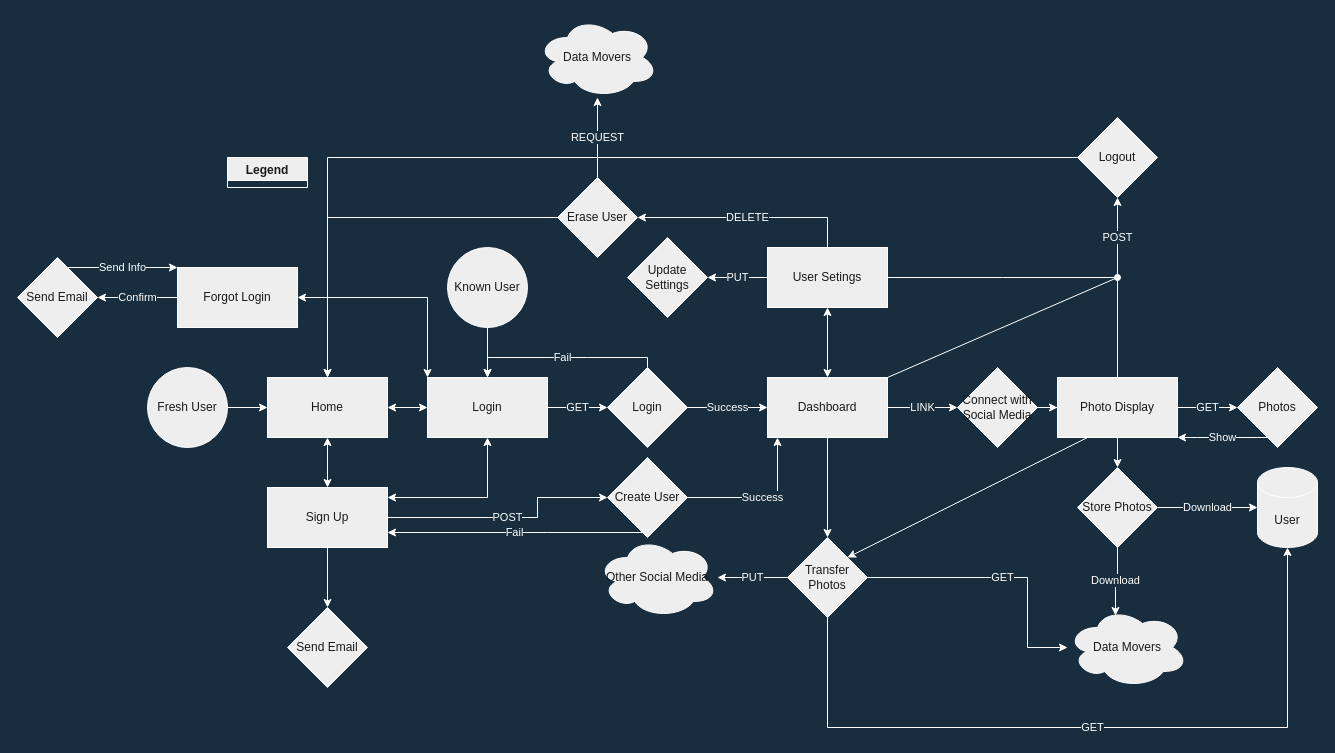
r-d-jorgensen/Data-Movers-Webpage keeps this draw.io diagram as User Data Flow.drawio. Above is the earlier version. Source tidied: cells renumbered, new cells numbered last; positions are measured from the earlier drawing's top-left corner, leaving out a move shared by most shapes. Both pictures are drawn from the tidied source at 100%, with x=0, y=0 at pixel (17, 17).
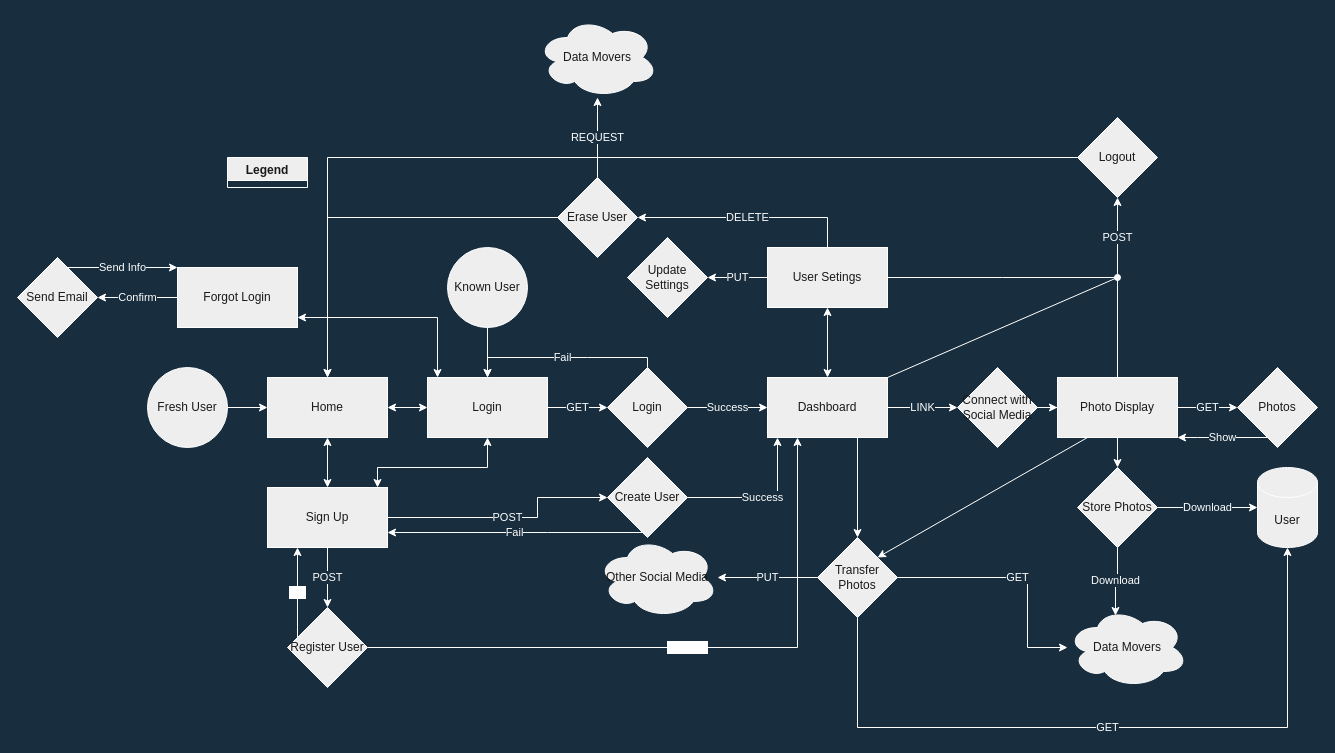
After the change.

Commit message:
update register user path

Unchanged cells that the change refers to:
```xml
<mxCell id="10" value="Login" style="rounded=0;whiteSpace=wrap;html=1;fillColor=#EEEEEE;strokeColor=#FFFFFF;fontColor=#1A1A1A;" parent="1" vertex="1">
  <mxGeometry x="410" y="360" width="120" height="60" as="geometry" />
</mxCell>
<mxCell id="17" value="Dashboard" style="rounded=0;whiteSpace=wrap;html=1;fillColor=#EEEEEE;strokeColor=#FFFFFF;fontColor=#1A1A1A;" parent="1" vertex="1">
  <mxGeometry x="750" y="360" width="120" height="60" as="geometry" />
</mxCell>
<mxCell id="48" value="User" style="shape=cylinder3;whiteSpace=wrap;html=1;boundedLbl=1;backgroundOutline=1;size=15;fontColor=#1A1A1A;strokeColor=#FFFFFF;fillColor=#EEEEEE;" parent="1" vertex="1">
  <mxGeometry x="1240" y="450" width="60" height="80" as="geometry" />
</mxCell>
<mxCell id="55" value="Sign Up" style="rounded=0;whiteSpace=wrap;html=1;fillColor=#EEEEEE;strokeColor=#FFFFFF;fontColor=#1A1A1A;" parent="1" vertex="1">
  <mxGeometry x="250" y="470" width="120" height="60" as="geometry" />
</mxCell>
<mxCell id="63" value="Forgot Login" style="rounded=0;whiteSpace=wrap;html=1;fillColor=#EEEEEE;strokeColor=#FFFFFF;fontColor=#1A1A1A;" parent="1" vertex="1">
  <mxGeometry x="160" y="250" width="120" height="60" as="geometry" />
</mxCell>
```

What changed in the source:
```diff
@@
-    <mxCell id="9" style="edgeStyle=orthogonalEdgeStyle;rounded=0;jettySize=auto;html=1;entryX=1;entryY=0.5;entryDx=0;entryDy=0;startArrow=classic;startFill=1;labelBackgroundColor=#182E3E;strokeColor=#FFFFFF;fontColor=#FFFFFF;" parent="1" edge="1" source="10" target="63">
+    <mxCell id="9" style="edgeStyle=orthogonalEdgeStyle;rounded=0;jettySize=auto;html=1;startArrow=classic;startFill=1;labelBackgroundColor=#182E3E;strokeColor=#FFFFFF;fontColor=#FFFFFF;" parent="1" edge="1" source="10">
       <mxGeometry relative="1" as="geometry">
+        <mxPoint x="280" y="300" as="targetPoint" />
         <Array as="points">
-          <mxPoint x="410" y="280" />
+          <mxPoint x="420" y="300" />
+          <mxPoint x="280" y="300" />
         </Array>
       </mxGeometry>
     </mxCell>
@@
-    <mxCell id="16" style="edgeStyle=orthogonalEdgeStyle;rounded=0;jettySize=auto;html=1;entryX=0.5;entryY=0;entryDx=0;entryDy=0;fontColor=#FFFFFF;startArrow=none;startFill=0;endArrow=classic;endFill=1;strokeColor=#FFFFFF;labelBackgroundColor=#182E3E;" parent="1" edge="1" source="17" target="41">
+    <mxCell id="16" style="edgeStyle=orthogonalEdgeStyle;rounded=0;jettySize=auto;html=1;entryX=0.5;entryY=0;entryDx=0;entryDy=0;fontColor=#FFFFFF;startArrow=none;startFill=0;endArrow=classic;endFill=1;strokeColor=#FFFFFF;labelBackgroundColor=#182E3E;exitX=0.75;exitY=1;exitDx=0;exitDy=0;" parent="1" edge="1" source="17" target="41">
       <mxGeometry relative="1" as="geometry" />
     </mxCell>
@@
-    <mxCell id="40" value="GET" style="edgeStyle=orthogonalEdgeStyle;rounded=0;jettySize=auto;html=1;entryX=0.5;entryY=1;entryDx=0;entryDy=0;entryPerimeter=0;fontColor=#FFFFFF;startArrow=none;startFill=0;endArrow=classic;endFill=1;strokeColor=#FFFFFF;labelBackgroundColor=#182E3E;" parent="1" edge="1" source="41" target="48">
+    <mxCell id="40" value="GET" style="edgeStyle=orthogonalEdgeStyle;rounded=0;jettySize=auto;html=1;entryX=0.5;entryY=1;entryDx=0;entryDy=0;entryPerimeter=0;fontColor=#FFFFFF;startArrow=none;startFill=0;endArrow=classic;endFill=1;strokeColor=#FFFFFF;labelBackgroundColor=#182E3E;exitX=0.5;exitY=1;exitDx=0;exitDy=0;" parent="1" edge="1" source="41" target="48">
       <mxGeometry relative="1" as="geometry">
         <Array as="points">
-          <mxPoint x="810" y="710" />
+          <mxPoint x="840" y="710" />
           <mxPoint x="1270" y="710" />
         </Array>
       </mxGeometry>
     </mxCell>
     <mxCell id="41" value="Transfer Photos" style="rhombus;whiteSpace=wrap;html=1;fontColor=#1A1A1A;strokeColor=#FFFFFF;fillColor=#EEEEEE;" parent="1" vertex="1">
-      <mxGeometry x="770" y="520" width="80" height="80" as="geometry" />
+      <mxGeometry x="800" y="520" width="80" height="80" as="geometry" />
     </mxCell>
@@
     <mxCell id="52" style="edgeStyle=orthogonalEdgeStyle;rounded=0;jettySize=auto;html=1;fontColor=#FFFFFF;strokeColor=#FFFFFF;entryX=0.5;entryY=1;entryDx=0;entryDy=0;startArrow=classic;startFill=1;labelBackgroundColor=#182E3E;" parent="1" edge="1" source="55" target="10">
       <mxGeometry relative="1" as="geometry">
         <Array as="points">
-          <mxPoint x="470" y="480" />
+          <mxPoint x="360" y="450" />
+          <mxPoint x="470" y="450" />
         </Array>
       </mxGeometry>
     </mxCell>
@@
-    <mxCell id="54" style="edgeStyle=orthogonalEdgeStyle;rounded=0;jettySize=auto;html=1;labelBackgroundColor=#182E3E;strokeColor=#FFFFFF;fontColor=#FFFFFF;" parent="1" edge="1" source="55" target="59">
+    <mxCell id="54" value="POST" style="edgeStyle=orthogonalEdgeStyle;rounded=0;jettySize=auto;html=1;labelBackgroundColor=#182E3E;strokeColor=#FFFFFF;fontColor=#FFFFFF;" parent="1" edge="1" source="55" target="59">
       <mxGeometry relative="1" as="geometry" />
     </mxCell>
@@
+    <mxCell id="64" value="Success" style="edgeStyle=orthogonalEdgeStyle;rounded=0;jettySize=auto;html=1;entryX=0.25;entryY=1;entryDx=0;entryDy=0;fontColor=#FFFFFF;startArrow=none;startFill=0;strokeColor=#FFFFFF;" parent="1" edge="1" source="59" target="17">
+      <mxGeometry relative="1" as="geometry" />
+    </mxCell>
+    <mxCell id="65" value="Fail" style="edgeStyle=orthogonalEdgeStyle;rounded=0;jettySize=auto;html=1;fontColor=#FFFFFF;startArrow=none;startFill=0;strokeColor=#FFFFFF;entryX=0.25;entryY=1;entryDx=0;entryDy=0;" parent="1" edge="1" source="59" target="55">
+      <mxGeometry relative="1" as="geometry">
+        <Array as="points">
+          <mxPoint x="280" y="580" />
+          <mxPoint x="280" y="580" />
+        </Array>
+      </mxGeometry>
+    </mxCell>
-    <mxCell id="59" value="Send Email" style="rhombus;whiteSpace=wrap;html=1;fillColor=#EEEEEE;strokeColor=#FFFFFF;fontColor=#1A1A1A;" parent="1" vertex="1">
+    <mxCell id="59" value="Register User" style="rhombus;whiteSpace=wrap;html=1;fillColor=#EEEEEE;strokeColor=#FFFFFF;fontColor=#1A1A1A;" parent="1" vertex="1">
       <mxGeometry x="270" y="590" width="80" height="80" as="geometry" />
     </mxCell>
```
